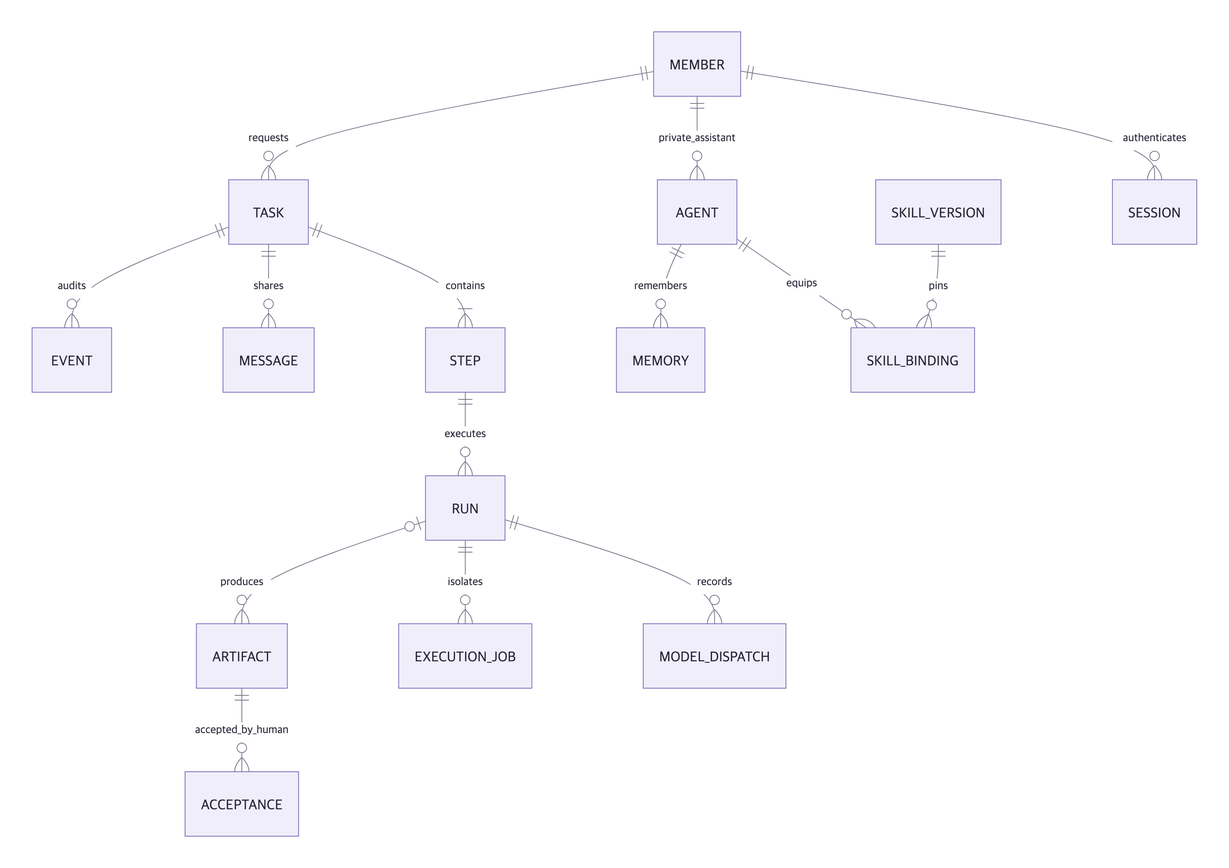
Earlier version of the Mermaid export docs/diagrams/server-data-model.png (benny1020/crewroom-platform). Its source is kept beside it as docs/diagrams/source/server-data-model.mmd. Its diagram source:
```mermaid
erDiagram
  MEMBER ||--o{ SESSION : authenticates
  MEMBER ||--o{ AGENT : private_assistant
  AGENT ||--o{ SKILL_BINDING : equips
  SKILL_VERSION ||--o{ SKILL_BINDING : pins
  MEMBER ||--o{ TASK : requests
  TASK ||--|{ STEP : contains
  TASK ||--o{ MESSAGE : shares
  TASK ||--o{ EVENT : audits
  STEP ||--o{ RUN : executes
  RUN ||--o{ MODEL_DISPATCH : records
  RUN ||--o{ EXECUTION_JOB : isolates
  RUN o|--o{ ARTIFACT : produces
  ARTIFACT ||--o{ ACCEPTANCE : accepted_by_human
  AGENT ||--o{ MEMORY : remembers
```
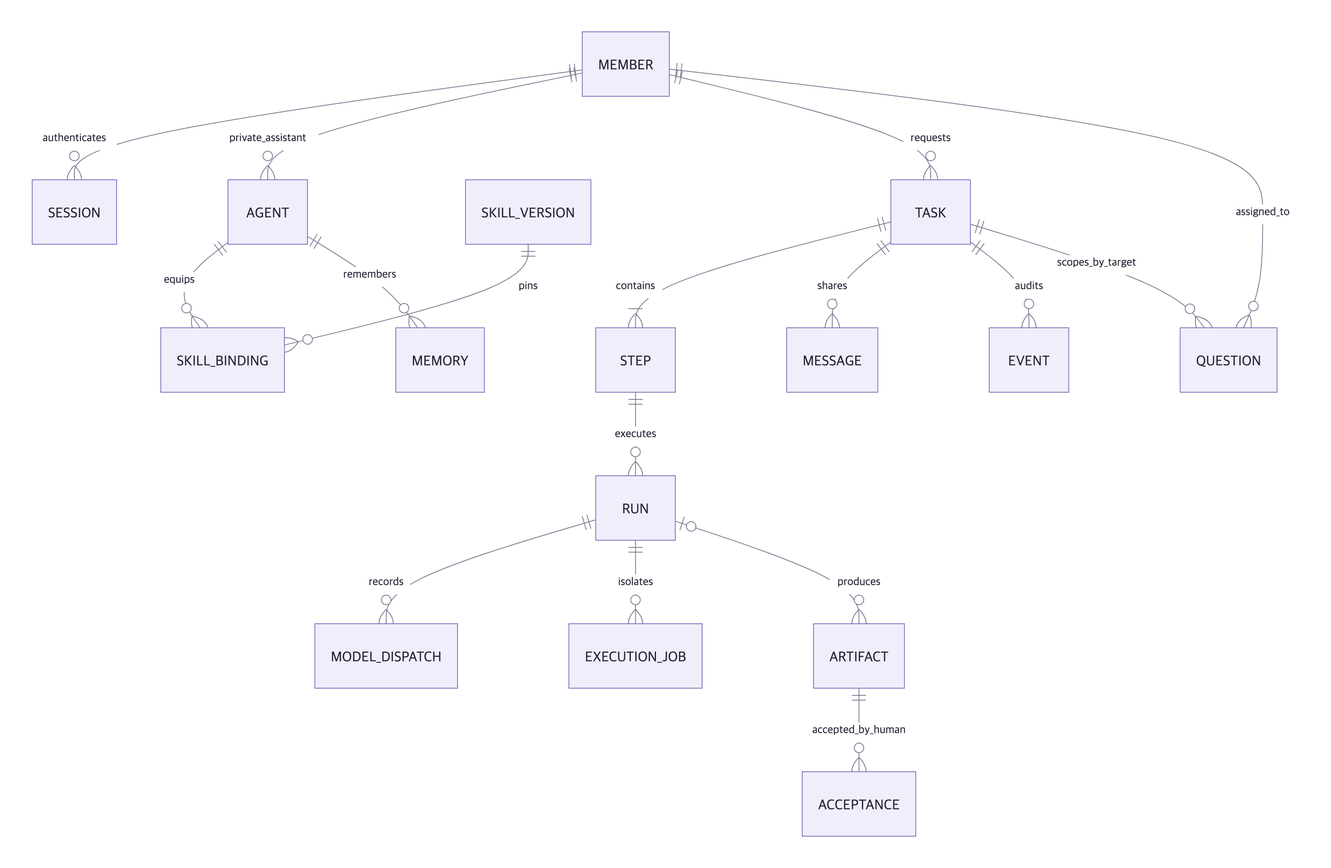
After the commit.

What changed in the source:
```diff
@@ -7,6 +7,8 @@
   TASK ||--|{ STEP : contains
   TASK ||--o{ MESSAGE : shares
   TASK ||--o{ EVENT : audits
+  TASK ||--o{ QUESTION : scopes_by_target
+  MEMBER ||--o{ QUESTION : assigned_to
   STEP ||--o{ RUN : executes
   RUN ||--o{ MODEL_DISPATCH : records
   RUN ||--o{ EXECUTION_JOB : isolates
```
